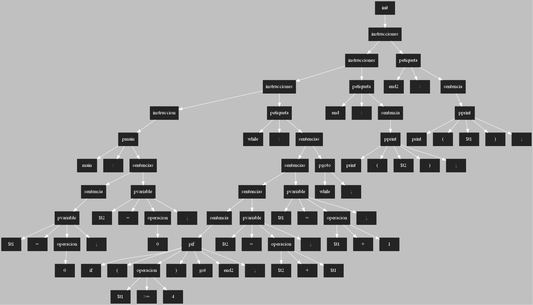
Earlier version of the Graphviz export ASPAscendente.png (AndreeAvalos/OLC2-AUGUS). Its source is kept beside it as ASPAscendente.dot.
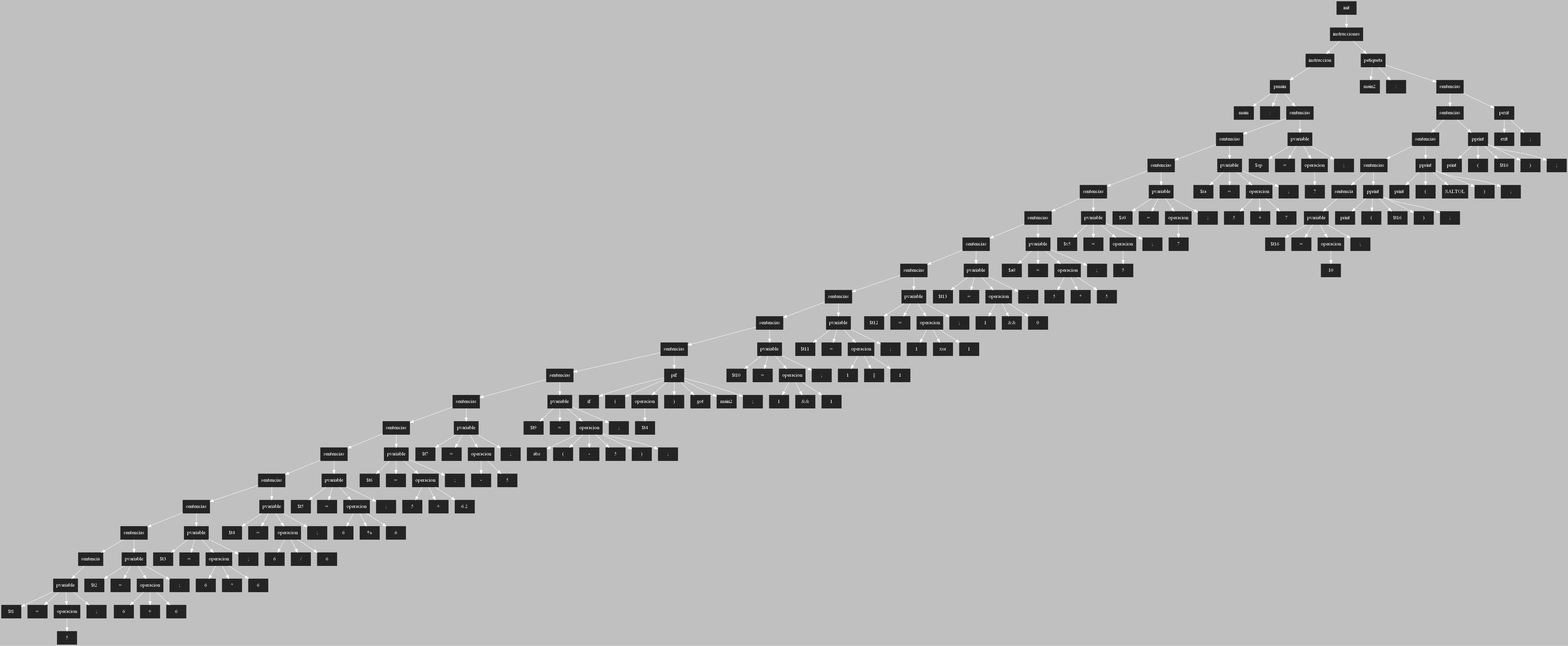
After the change.

Change to the diagram source:
```diff
@@ -3,162 +3,400 @@
  [shape=box, style=filled, color=gray14]
  rankdir=UD
  edge[color=white, dir=fordware]
-317[style = "filled" ; label = "init"]
-316[style = "filled" ; label = "instrucciones"]
-305[style = "filled" ; label = "instrucciones"]
-294[style = "filled" ; label = "instrucciones"]
-256[style = "filled" ; label = "instruccion"]
-253[style = "filled" ; label = "pmain"]
-254[style = "filled" ; label = "main"]
-255[style = "filled" ; label = ":"]
-252[style = "filled" ; label = "sentencias"]
-245[style = "filled" ; label = "sentencia"]
-241[style = "filled" ; label = "pvariable"]
-242[style = "filled" ; label = "$t1"]
-243[style = "filled" ; label = "="]
-240[style = "filled" ; label = "operacion"]
-239[style = "filled" ; label = "0"]
-244[style = "filled" ; label = ";"]
-248[style = "filled" ; label = "pvariable"]
-249[style = "filled" ; label = "$t2"]
-250[style = "filled" ; label = "="]
-247[style = "filled" ; label = "operacion"]
-246[style = "filled" ; label = "0"]
-251[style = "filled" ; label = ";"]
-291[style = "filled" ; label = "petiqueta"]
-292[style = "filled" ; label = "while"]
-293[style = "filled" ; label = ":"]
-290[style = "filled" ; label = "sentencias"]
-286[style = "filled" ; label = "sentencias"]
-277[style = "filled" ; label = "sentencias"]
-268[style = "filled" ; label = "sentencia"]
-261[style = "filled" ; label = "pif"]
-262[style = "filled" ; label = "if"]
-263[style = "filled" ; label = "("]
-259[style = "filled" ; label = "operacion"]
-257[style = "filled" ; label = "$t1"]
-260[style = "filled" ; label = ">="]
-258[style = "filled" ; label = "4"]
-264[style = "filled" ; label = ")"]
-265[style = "filled" ; label = "got"]
-266[style = "filled" ; label = "end2"]
-267[style = "filled" ; label = ";"]
-273[style = "filled" ; label = "pvariable"]
-274[style = "filled" ; label = "$t2"]
-275[style = "filled" ; label = "="]
-271[style = "filled" ; label = "operacion"]
-269[style = "filled" ; label = "$t2"]
-272[style = "filled" ; label = "+"]
-270[style = "filled" ; label = "$t1"]
-276[style = "filled" ; label = ";"]
-282[style = "filled" ; label = "pvariable"]
-283[style = "filled" ; label = "$t1"]
-284[style = "filled" ; label = "="]
-280[style = "filled" ; label = "operacion"]
-278[style = "filled" ; label = "$t1"]
-281[style = "filled" ; label = "+"]
-279[style = "filled" ; label = "1"]
-285[style = "filled" ; label = ";"]
-287[style = "filled" ; label = "pgoto"]
-288[style = "filled" ; label = "while"]
-289[style = "filled" ; label = ";"]
-302[style = "filled" ; label = "petiqueta"]
-303[style = "filled" ; label = "end"]
-304[style = "filled" ; label = ":"]
-301[style = "filled" ; label = "sentencia"]
-295[style = "filled" ; label = "pprint"]
-296[style = "filled" ; label = "print"]
-297[style = "filled" ; label = "("]
-298[style = "filled" ; label = "$t2"]
-299[style = "filled" ; label = ")"]
-300[style = "filled" ; label = ";"]
-313[style = "filled" ; label = "petiqueta"]
-314[style = "filled" ; label = "end2"]
-315[style = "filled" ; label = ":"]
-312[style = "filled" ; label = "sentencia"]
-306[style = "filled" ; label = "pprint"]
-307[style = "filled" ; label = "print"]
-308[style = "filled" ; label = "("]
-309[style = "filled" ; label = "$t1"]
-310[style = "filled" ; label = ")"]
-311[style = "filled" ; label = ";"]
-317->316;
-316->305;
-305->294;
-294->256;
-256->253;
-253->254;
-253->255;
-253->252;
-252->245;
-245->241;
-241->242;
-241->243;
-241->240;
-240->239;
-241->244;
-252->248;
-248->249;
-248->250;
-248->247;
-247->246;
-248->251;
-294->291;
-291->292;
-291->293;
-291->290;
-290->286;
-286->277;
-277->268;
-268->261;
-261->262;
-261->263;
-261->259;
-259->257;
-259->260;
-259->258;
-261->264;
-261->265;
-261->266;
-261->267;
-277->273;
-273->274;
-273->275;
-273->271;
-271->269;
-271->272;
-271->270;
-273->276;
-286->282;
-282->283;
-282->284;
-282->280;
-280->278;
-280->281;
-280->279;
-282->285;
-290->287;
-287->288;
-287->289;
-305->302;
-302->303;
-302->304;
-302->301;
-301->295;
-295->296;
-295->297;
-295->298;
-295->299;
-295->300;
-316->313;
-313->314;
-313->315;
-313->312;
-312->306;
-306->307;
-306->308;
-306->309;
-306->310;
-306->311;
+198[style = "filled" ; label = "init"]
+197[style = "filled" ; label = "instrucciones"]
+161[style = "filled" ; label = "instruccion"]
+158[style = "filled" ; label = "pmain"]
+159[style = "filled" ; label = "main"]
+160[style = "filled" ; label = ":"]
+157[style = "filled" ; label = "sentencias"]
+150[style = "filled" ; label = "sentencias"]
+141[style = "filled" ; label = "sentencias"]
+134[style = "filled" ; label = "sentencias"]
+127[style = "filled" ; label = "sentencias"]
+118[style = "filled" ; label = "sentencias"]
+109[style = "filled" ; label = "sentencias"]
+100[style = "filled" ; label = "sentencias"]
+91[style = "filled" ; label = "sentencias"]
+82[style = "filled" ; label = "sentencias"]
+72[style = "filled" ; label = "sentencias"]
+60[style = "filled" ; label = "sentencias"]
+52[style = "filled" ; label = "sentencias"]
+43[style = "filled" ; label = "sentencias"]
+34[style = "filled" ; label = "sentencias"]
+25[style = "filled" ; label = "sentencias"]
+16[style = "filled" ; label = "sentencias"]
+7[style = "filled" ; label = "sentencia"]
+3[style = "filled" ; label = "pvariable"]
+4[style = "filled" ; label = "$t1"]
+5[style = "filled" ; label = "="]
+2[style = "filled" ; label = "operacion"]
+1[style = "filled" ; label = "5"]
+6[style = "filled" ; label = ";"]
+12[style = "filled" ; label = "pvariable"]
+13[style = "filled" ; label = "$t2"]
+14[style = "filled" ; label = "="]
+10[style = "filled" ; label = "operacion"]
+8[style = "filled" ; label = "6"]
+11[style = "filled" ; label = "+"]
+9[style = "filled" ; label = "6"]
+15[style = "filled" ; label = ";"]
+21[style = "filled" ; label = "pvariable"]
+22[style = "filled" ; label = "$t3"]
+23[style = "filled" ; label = "="]
+19[style = "filled" ; label = "operacion"]
+17[style = "filled" ; label = "6"]
+20[style = "filled" ; label = "*"]
+18[style = "filled" ; label = "6"]
+24[style = "filled" ; label = ";"]
+30[style = "filled" ; label = "pvariable"]
+31[style = "filled" ; label = "$t4"]
+32[style = "filled" ; label = "="]
+28[style = "filled" ; label = "operacion"]
+26[style = "filled" ; label = "6"]
+29[style = "filled" ; label = "/"]
+27[style = "filled" ; label = "6"]
+33[style = "filled" ; label = ";"]
+39[style = "filled" ; label = "pvariable"]
+40[style = "filled" ; label = "$t5"]
+41[style = "filled" ; label = "="]
+37[style = "filled" ; label = "operacion"]
+35[style = "filled" ; label = "6"]
+38[style = "filled" ; label = "%"]
+36[style = "filled" ; label = "6"]
+42[style = "filled" ; label = ";"]
+48[style = "filled" ; label = "pvariable"]
+49[style = "filled" ; label = "$t6"]
+50[style = "filled" ; label = "="]
+46[style = "filled" ; label = "operacion"]
+44[style = "filled" ; label = "5"]
+47[style = "filled" ; label = "+"]
+45[style = "filled" ; label = "6.2"]
+51[style = "filled" ; label = ";"]
+56[style = "filled" ; label = "pvariable"]
+57[style = "filled" ; label = "$t7"]
+58[style = "filled" ; label = "="]
+54[style = "filled" ; label = "operacion"]
+55[style = "filled" ; label = "-"]
+53[style = "filled" ; label = "5"]
+59[style = "filled" ; label = ";"]
+68[style = "filled" ; label = "pvariable"]
+69[style = "filled" ; label = "$t9"]
+70[style = "filled" ; label = "="]
+62[style = "filled" ; label = "operacion"]
+63[style = "filled" ; label = "abs"]
+64[style = "filled" ; label = "("]
+65[style = "filled" ; label = "-"]
+61[style = "filled" ; label = "5"]
+66[style = "filled" ; label = ")"]
+67[style = "filled" ; label = ";"]
+71[style = "filled" ; label = ";"]
+75[style = "filled" ; label = "pif"]
+76[style = "filled" ; label = "if"]
+77[style = "filled" ; label = "("]
+74[style = "filled" ; label = "operacion"]
+73[style = "filled" ; label = "$t4"]
+78[style = "filled" ; label = ")"]
+79[style = "filled" ; label = "got"]
+80[style = "filled" ; label = "main2"]
+81[style = "filled" ; label = ";"]
+87[style = "filled" ; label = "pvariable"]
+88[style = "filled" ; label = "$t10"]
+89[style = "filled" ; label = "="]
+85[style = "filled" ; label = "operacion"]
+83[style = "filled" ; label = "1"]
+86[style = "filled" ; label = "&&"]
+84[style = "filled" ; label = "1"]
+90[style = "filled" ; label = ";"]
+96[style = "filled" ; label = "pvariable"]
+97[style = "filled" ; label = "$t11"]
+98[style = "filled" ; label = "="]
+94[style = "filled" ; label = "operacion"]
+92[style = "filled" ; label = "1"]
+95[style = "filled" ; label = "||"]
+93[style = "filled" ; label = "1"]
+99[style = "filled" ; label = ";"]
+105[style = "filled" ; label = "pvariable"]
+106[style = "filled" ; label = "$t12"]
+107[style = "filled" ; label = "="]
+103[style = "filled" ; label = "operacion"]
+101[style = "filled" ; label = "1"]
+104[style = "filled" ; label = "xor"]
+102[style = "filled" ; label = "1"]
+108[style = "filled" ; label = ";"]
+114[style = "filled" ; label = "pvariable"]
+115[style = "filled" ; label = "$t13"]
+116[style = "filled" ; label = "="]
+112[style = "filled" ; label = "operacion"]
+110[style = "filled" ; label = "1"]
+113[style = "filled" ; label = "&&"]
+111[style = "filled" ; label = "0"]
+117[style = "filled" ; label = ";"]
+123[style = "filled" ; label = "pvariable"]
+124[style = "filled" ; label = "$a0"]
+125[style = "filled" ; label = "="]
+121[style = "filled" ; label = "operacion"]
+119[style = "filled" ; label = "5"]
+122[style = "filled" ; label = "*"]
+120[style = "filled" ; label = "5"]
+126[style = "filled" ; label = ";"]
+130[style = "filled" ; label = "pvariable"]
+131[style = "filled" ; label = "$v5"]
+132[style = "filled" ; label = "="]
+129[style = "filled" ; label = "operacion"]
+128[style = "filled" ; label = "5"]
+133[style = "filled" ; label = ";"]
+137[style = "filled" ; label = "pvariable"]
+138[style = "filled" ; label = "$s0"]
+139[style = "filled" ; label = "="]
+136[style = "filled" ; label = "operacion"]
+135[style = "filled" ; label = "7"]
+140[style = "filled" ; label = ";"]
+146[style = "filled" ; label = "pvariable"]
+147[style = "filled" ; label = "$ra"]
+148[style = "filled" ; label = "="]
+144[style = "filled" ; label = "operacion"]
+142[style = "filled" ; label = "5"]
+145[style = "filled" ; label = "+"]
+143[style = "filled" ; label = "7"]
+149[style = "filled" ; label = ";"]
+153[style = "filled" ; label = "pvariable"]
+154[style = "filled" ; label = "$sp"]
+155[style = "filled" ; label = "="]
+152[style = "filled" ; label = "operacion"]
+151[style = "filled" ; label = "7"]
+156[style = "filled" ; label = ";"]
+194[style = "filled" ; label = "petiqueta"]
+195[style = "filled" ; label = "main2"]
+196[style = "filled" ; label = ":"]
+193[style = "filled" ; label = "sentencias"]
+189[style = "filled" ; label = "sentencias"]
+182[style = "filled" ; label = "sentencias"]
+175[style = "filled" ; label = "sentencias"]
+168[style = "filled" ; label = "sentencia"]
+164[style = "filled" ; label = "pvariable"]
+165[style = "filled" ; label = "$t16"]
+166[style = "filled" ; label = "="]
+163[style = "filled" ; label = "operacion"]
+162[style = "filled" ; label = "10"]
+167[style = "filled" ; label = ";"]
+169[style = "filled" ; label = "pprint"]
+170[style = "filled" ; label = "print"]
+171[style = "filled" ; label = "("]
+172[style = "filled" ; label = "$t16"]
+173[style = "filled" ; label = ")"]
+174[style = "filled" ; label = ";"]
+176[style = "filled" ; label = "pprint"]
+177[style = "filled" ; label = "print"]
+178[style = "filled" ; label = "("]
+179[style = "filled" ; label = "SALTOL"]
+180[style = "filled" ; label = ")"]
+181[style = "filled" ; label = ";"]
+183[style = "filled" ; label = "pprint"]
+184[style = "filled" ; label = "print"]
+185[style = "filled" ; label = "("]
+186[style = "filled" ; label = "$t16"]
+187[style = "filled" ; label = ")"]
+188[style = "filled" ; label = ";"]
+190[style = "filled" ; label = "pexit"]
+191[style = "filled" ; label = "exit"]
+192[style = "filled" ; label = ";"]
+198->197;
+197->161;
+161->158;
+158->159;
+158->160;
+158->157;
+157->150;
+150->141;
+141->134;
+134->127;
+127->118;
+118->109;
+109->100;
+100->91;
+91->82;
+82->72;
+72->60;
+60->52;
+52->43;
+43->34;
+34->25;
+25->16;
+16->7;
+7->3;
+3->4;
+3->5;
+3->2;
+2->1;
+3->6;
+16->12;
+12->13;
+12->14;
+12->10;
+10->8;
+10->11;
+10->9;
+12->15;
+25->21;
+21->22;
+21->23;
+21->19;
+19->17;
+19->20;
+19->18;
+21->24;
+34->30;
+30->31;
+30->32;
+30->28;
+28->26;
+28->29;
+28->27;
+30->33;
+43->39;
+39->40;
+39->41;
+39->37;
+37->35;
+37->38;
+37->36;
+39->42;
+52->48;
+48->49;
+48->50;
+48->46;
+46->44;
+46->47;
+46->45;
+48->51;
+60->56;
+56->57;
+56->58;
+56->54;
+54->55;
+54->53;
+56->59;
+72->68;
+68->69;
+68->70;
+68->62;
+62->63;
+62->64;
+62->65;
+62->61;
+62->66;
+62->67;
+68->71;
+82->75;
+75->76;
+75->77;
+75->74;
+74->73;
+75->78;
+75->79;
+75->80;
+75->81;
+91->87;
+87->88;
+87->89;
+87->85;
+85->83;
+85->86;
+85->84;
+87->90;
+100->96;
+96->97;
+96->98;
+96->94;
+94->92;
+94->95;
+94->93;
+96->99;
+109->105;
+105->106;
+105->107;
+105->103;
+103->101;
+103->104;
+103->102;
+105->108;
+118->114;
+114->115;
+114->116;
+114->112;
+112->110;
+112->113;
+112->111;
+114->117;
+127->123;
+123->124;
+123->125;
+123->121;
+121->119;
+121->122;
+121->120;
+123->126;
+134->130;
+130->131;
+130->132;
+130->129;
+129->128;
+130->133;
+141->137;
+137->138;
+137->139;
+137->136;
+136->135;
+137->140;
+150->146;
+146->147;
+146->148;
+146->144;
+144->142;
+144->145;
+144->143;
+146->149;
+157->153;
+153->154;
+153->155;
+153->152;
+152->151;
+153->156;
+197->194;
+194->195;
+194->196;
+194->193;
+193->189;
+189->182;
+182->175;
+175->168;
+168->164;
+164->165;
+164->166;
+164->163;
+163->162;
+164->167;
+175->169;
+169->170;
+169->171;
+169->172;
+169->173;
+169->174;
+182->176;
+176->177;
+176->178;
+176->179;
+176->180;
+176->181;
+189->183;
+183->184;
+183->185;
+183->186;
+183->187;
+183->188;
+193->190;
+190->191;
+190->192;
 
 }
```
